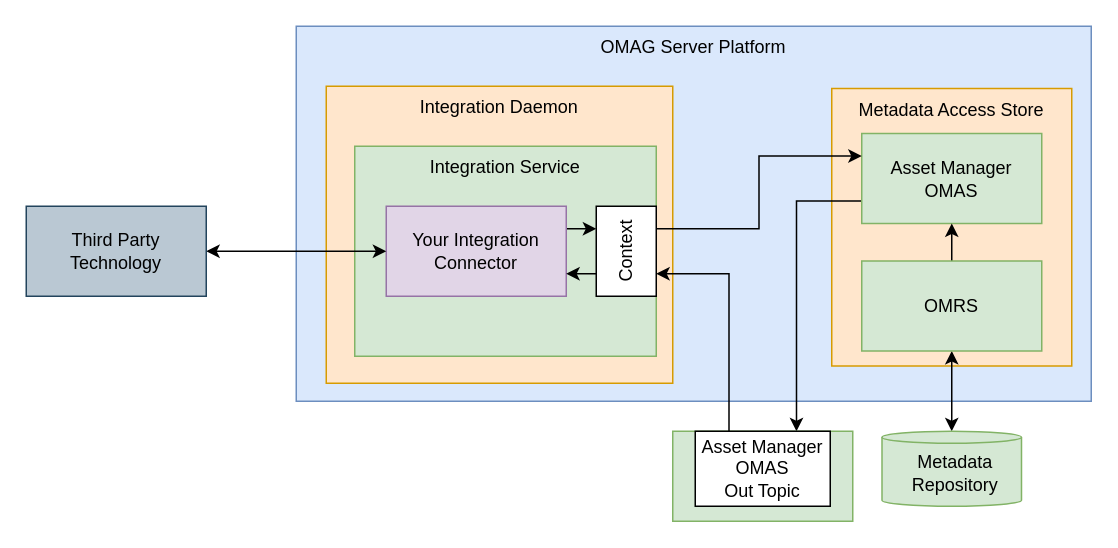
This is page "testing" (3 of 4) of site/docs/guides/developer/integration-connectors/integration-connector.drawio from odpi/egeria-docs, a draw.io file, before an edit. Source tidied: cells renumbered, new cells numbered last; positions are measured from the earlier drawing's top-left corner, leaving out a move shared by most shapes. Both pictures are drawn from the tidied source at 150%, with x=0, y=0 at pixel (26, 26).
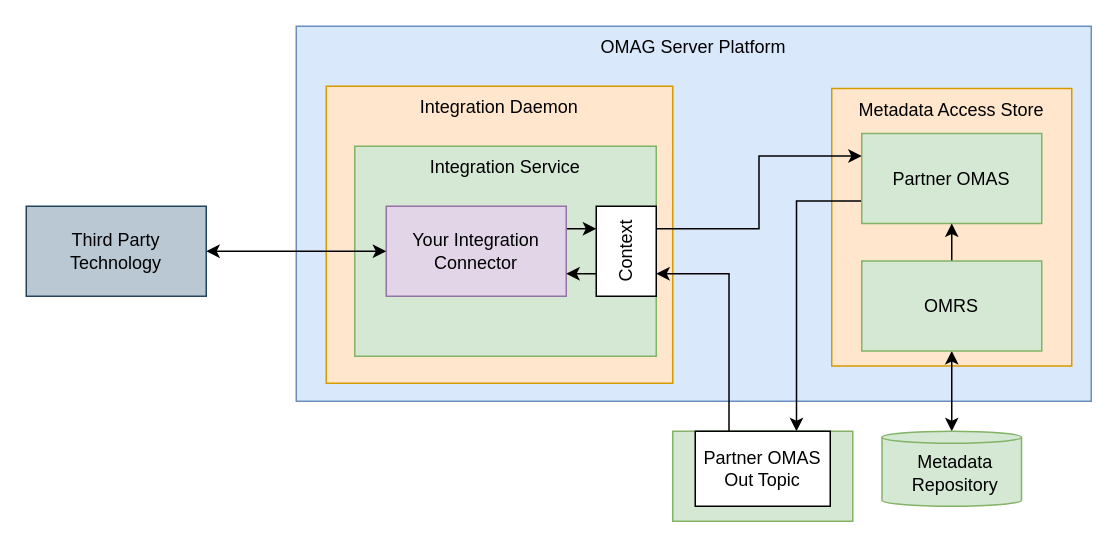
The same page after the edit.

Change to the diagram source:
```diff
@@
-    <mxCell id="7" value="Asset Manager OMAS" style="rounded=0;whiteSpace=wrap;html=1;fillColor=#d5e8d4;strokeColor=#82b366;" parent="1" vertex="1">
+    <mxCell id="7" value="Partner OMAS" style="rounded=0;whiteSpace=wrap;html=1;fillColor=#d5e8d4;strokeColor=#82b366;" parent="1" vertex="1">
       <mxGeometry x="557" y="71.5" width="120" height="60" as="geometry" />
     </mxCell>
@@
-    <mxCell id="16" value="Asset Manager OMAS&lt;br&gt;Out Topic" style="rounded=0;whiteSpace=wrap;html=1;" parent="1" vertex="1">
+    <mxCell id="16" value="Partner OMAS&lt;br&gt;Out Topic" style="rounded=0;whiteSpace=wrap;html=1;" parent="1" vertex="1">
       <mxGeometry x="446" y="270" width="90" height="50" as="geometry" />
     </mxCell>
```
